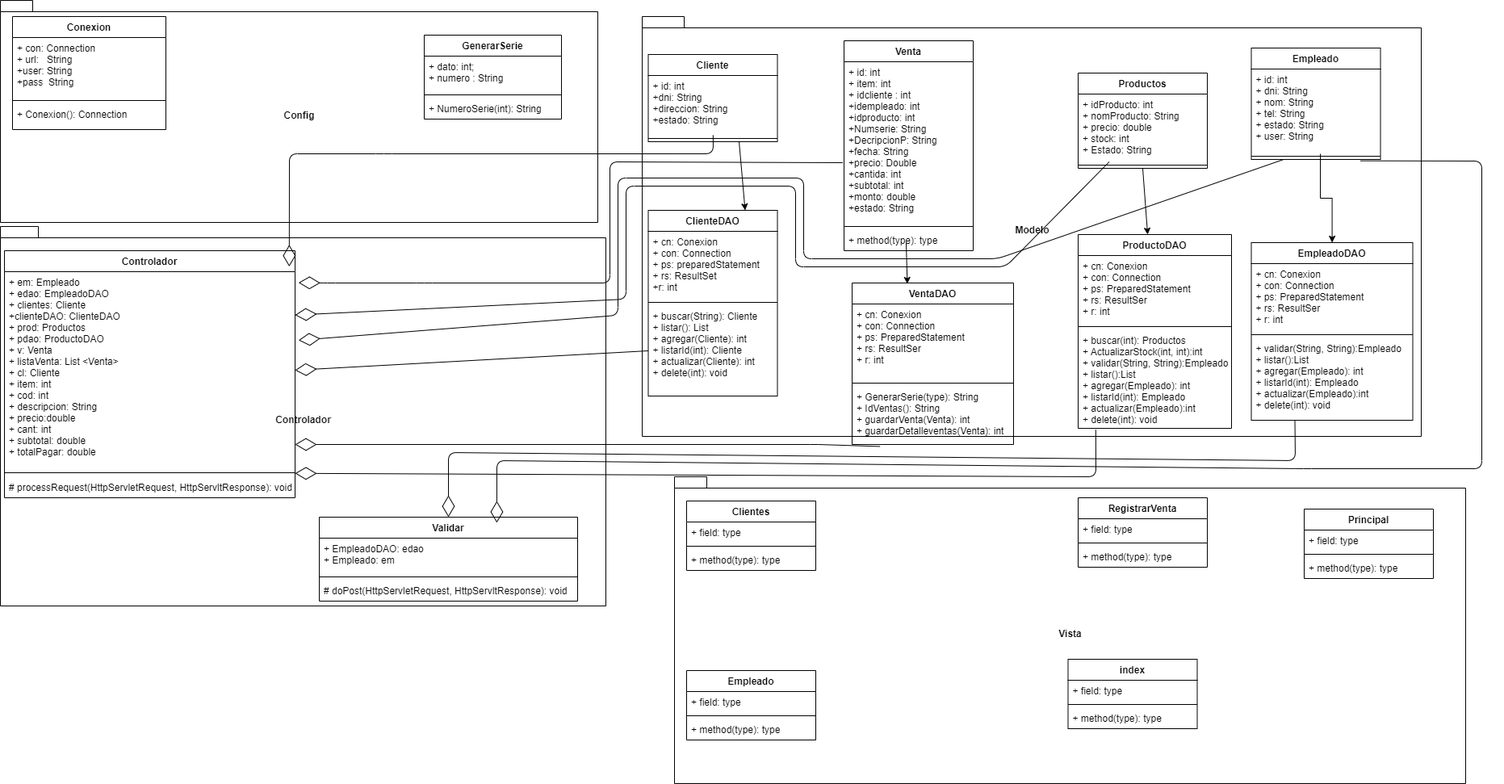
Santiago29-6/SistemaDeVentas keeps this draw.io diagram as SistemDeVentas.drawio.png. Above is the earlier version. Source tidied: cells renumbered, new cells last; positions are measured from the earlier drawing's top-left corner, leaving out a move shared by most shapes.
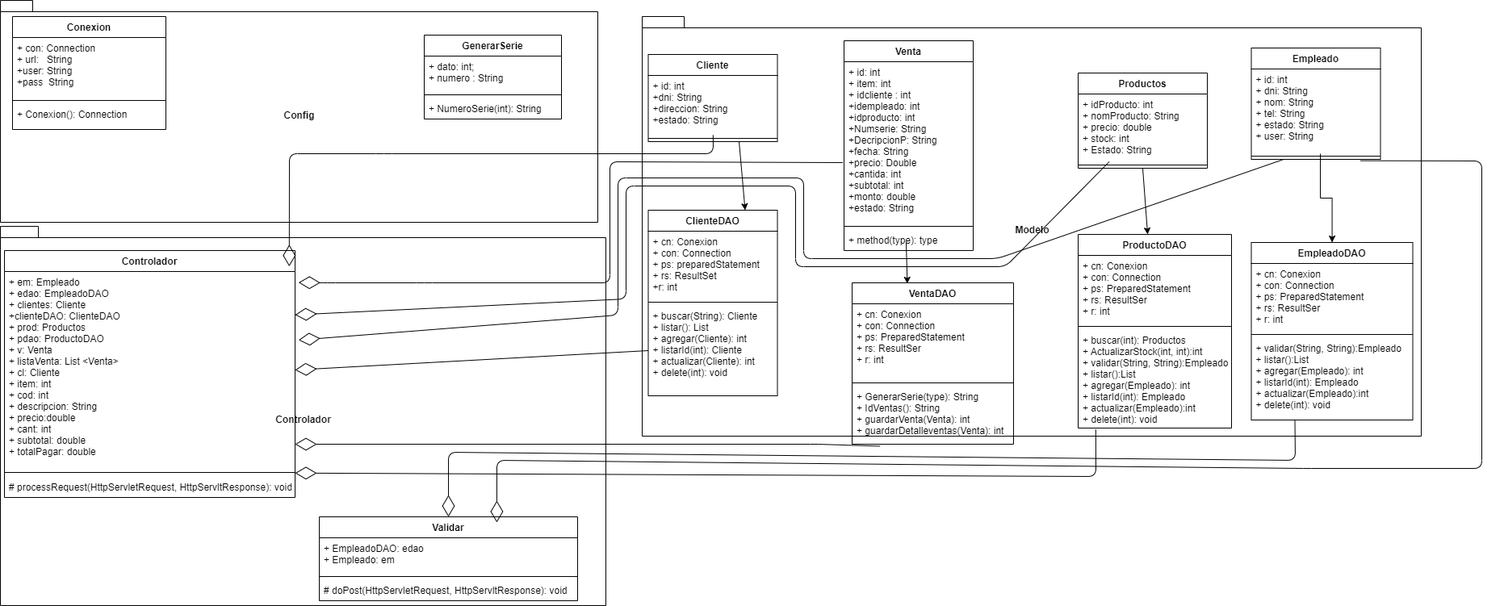
The same diagram one commit later.

Commit message:
Corregido el diagrama de clases

What changed in the source:
```diff
@@ -137,9 +137,6 @@
     <mxCell id="46" value="+ buscar(int): Productos&#10;+ ActualizarStock(int, int):int&#10;+ validar(String, String):Empleado&#10;+ listar():List&#10;+ agregar(Empleado): int&#10;+ listarId(int): Empleado&#10;+ actualizar(Empleado):int&#10;+ delete(int): void" style="text;strokeColor=none;fillColor=none;align=left;verticalAlign=top;spacingLeft=4;spacingRight=4;overflow=hidden;points=[[0,0.5],[1,0.5]];portConstraint=eastwest;" parent="43" vertex="1">
       <mxGeometry y="118" width="190" height="122" as="geometry" />
     </mxCell>
-    <mxCell id="47" value="Vista" style="shape=folder;fontStyle=1;spacingTop=10;tabWidth=40;tabHeight=14;tabPosition=left;html=1;" parent="1" vertex="1">
-      <mxGeometry x="835" y="590" width="980" height="380" as="geometry" />
-    </mxCell>
     <mxCell id="48" value="VentaDAO" style="swimlane;fontStyle=1;align=center;verticalAlign=top;horizontal=1;startSize=26;" parent="1" vertex="1">
       <mxGeometry x="1055" y="350" width="200" height="200" as="geometry" />
     </mxCell>
@@ -152,66 +149,6 @@
     <mxCell id="51" value="+ GenerarSerie(type): String&#10;+ IdVentas(): String&#10;+ guardarVenta(Venta): int&#10;+ guardarDetalleventas(Venta): int  " style="text;strokeColor=none;fillColor=none;align=left;verticalAlign=top;spacingLeft=4;spacingRight=4;overflow=hidden;points=[[0,0.5],[1,0.5]];portConstraint=eastwest;" parent="48" vertex="1">
       <mxGeometry y="128" width="200" height="72" as="geometry" />
     </mxCell>
-    <mxCell id="52" value="Clientes" style="swimlane;fontStyle=1;align=center;verticalAlign=top;horizontal=1;startSize=26;" parent="1" vertex="1">
-      <mxGeometry x="850" y="620" width="160" height="86" as="geometry" />
-    </mxCell>
-    <mxCell id="53" value="+ field: type" style="text;strokeColor=none;fillColor=none;align=left;verticalAlign=top;spacingLeft=4;spacingRight=4;overflow=hidden;" parent="52" vertex="1">
-      <mxGeometry y="26" width="160" height="26" as="geometry" />
-    </mxCell>
-    <mxCell id="54" style="line;strokeWidth=1;fillColor=none;align=left;verticalAlign=middle;spacingTop=-1;spacingLeft=3;spacingRight=3;labelPosition=right;" parent="52" vertex="1">
-      <mxGeometry y="52" width="160" height="8" as="geometry" />
-    </mxCell>
-    <mxCell id="55" value="+ method(type): type" style="text;strokeColor=none;fillColor=none;align=left;verticalAlign=top;spacingLeft=4;spacingRight=4;overflow=hidden;" parent="52" vertex="1">
-      <mxGeometry y="60" width="160" height="26" as="geometry" />
-    </mxCell>
-    <mxCell id="56" value="Empleado" style="swimlane;fontStyle=1;align=center;verticalAlign=top;horizontal=1;startSize=26;" parent="1" vertex="1">
-      <mxGeometry x="850" y="830" width="160" height="86" as="geometry" />
-    </mxCell>
-    <mxCell id="57" value="+ field: type" style="text;strokeColor=none;fillColor=none;align=left;verticalAlign=top;spacingLeft=4;spacingRight=4;overflow=hidden;" parent="56" vertex="1">
-      <mxGeometry y="26" width="160" height="26" as="geometry" />
-    </mxCell>
-    <mxCell id="58" style="line;strokeWidth=1;fillColor=none;align=left;verticalAlign=middle;spacingTop=-1;spacingLeft=3;spacingRight=3;labelPosition=right;" parent="56" vertex="1">
-      <mxGeometry y="52" width="160" height="8" as="geometry" />
-    </mxCell>
-    <mxCell id="59" value="+ method(type): type" style="text;strokeColor=none;fillColor=none;align=left;verticalAlign=top;spacingLeft=4;spacingRight=4;overflow=hidden;" parent="56" vertex="1">
-      <mxGeometry y="60" width="160" height="26" as="geometry" />
-    </mxCell>
-    <mxCell id="60" value="Principal" style="swimlane;fontStyle=1;align=center;verticalAlign=top;horizontal=1;startSize=26;" parent="1" vertex="1">
-      <mxGeometry x="1615" y="630" width="160" height="86" as="geometry" />
-    </mxCell>
-    <mxCell id="61" value="+ field: type" style="text;strokeColor=none;fillColor=none;align=left;verticalAlign=top;spacingLeft=4;spacingRight=4;overflow=hidden;" parent="60" vertex="1">
-      <mxGeometry y="26" width="160" height="26" as="geometry" />
-    </mxCell>
-    <mxCell id="62" style="line;strokeWidth=1;fillColor=none;align=left;verticalAlign=middle;spacingTop=-1;spacingLeft=3;spacingRight=3;labelPosition=right;" parent="60" vertex="1">
-      <mxGeometry y="52" width="160" height="8" as="geometry" />
-    </mxCell>
-    <mxCell id="63" value="+ method(type): type" style="text;strokeColor=none;fillColor=none;align=left;verticalAlign=top;spacingLeft=4;spacingRight=4;overflow=hidden;" parent="60" vertex="1">
-      <mxGeometry y="60" width="160" height="26" as="geometry" />
-    </mxCell>
-    <mxCell id="64" value="RegistrarVenta" style="swimlane;fontStyle=1;align=center;verticalAlign=top;horizontal=1;startSize=26;" parent="1" vertex="1">
-      <mxGeometry x="1335" y="616" width="160" height="86" as="geometry" />
-    </mxCell>
-    <mxCell id="65" value="+ field: type" style="text;strokeColor=none;fillColor=none;align=left;verticalAlign=top;spacingLeft=4;spacingRight=4;overflow=hidden;" parent="64" vertex="1">
-      <mxGeometry y="26" width="160" height="26" as="geometry" />
-    </mxCell>
-    <mxCell id="66" style="line;strokeWidth=1;fillColor=none;align=left;verticalAlign=middle;spacingTop=-1;spacingLeft=3;spacingRight=3;labelPosition=right;" parent="64" vertex="1">
-      <mxGeometry y="52" width="160" height="8" as="geometry" />
-    </mxCell>
-    <mxCell id="67" value="+ method(type): type" style="text;strokeColor=none;fillColor=none;align=left;verticalAlign=top;spacingLeft=4;spacingRight=4;overflow=hidden;" parent="64" vertex="1">
-      <mxGeometry y="60" width="160" height="26" as="geometry" />
-    </mxCell>
-    <mxCell id="68" value="index" style="swimlane;fontStyle=1;align=center;verticalAlign=top;horizontal=1;startSize=26;" parent="1" vertex="1">
-      <mxGeometry x="1322.5" y="816" width="160" height="86" as="geometry" />
-    </mxCell>
-    <mxCell id="69" value="+ field: type" style="text;strokeColor=none;fillColor=none;align=left;verticalAlign=top;spacingLeft=4;spacingRight=4;overflow=hidden;" parent="68" vertex="1">
-      <mxGeometry y="26" width="160" height="26" as="geometry" />
-    </mxCell>
-    <mxCell id="70" style="line;strokeWidth=1;fillColor=none;align=left;verticalAlign=middle;spacingTop=-1;spacingLeft=3;spacingRight=3;labelPosition=right;" parent="68" vertex="1">
-      <mxGeometry y="52" width="160" height="8" as="geometry" />
-    </mxCell>
-    <mxCell id="71" value="+ method(type): type" style="text;strokeColor=none;fillColor=none;align=left;verticalAlign=top;spacingLeft=4;spacingRight=4;overflow=hidden;" parent="68" vertex="1">
-      <mxGeometry y="60" width="160" height="26" as="geometry" />
-    </mxCell>
     <mxCell id="72" style="endArrow=diamondThin;endFill=0;endSize=24;html=1;entryX=0.98;entryY=-0.026;entryDx=0;entryDy=0;entryPerimeter=0;" parent="1" edge="1" source="22" target="10">
       <mxGeometry relative="1" as="geometry">
         <Array as="points">
```
